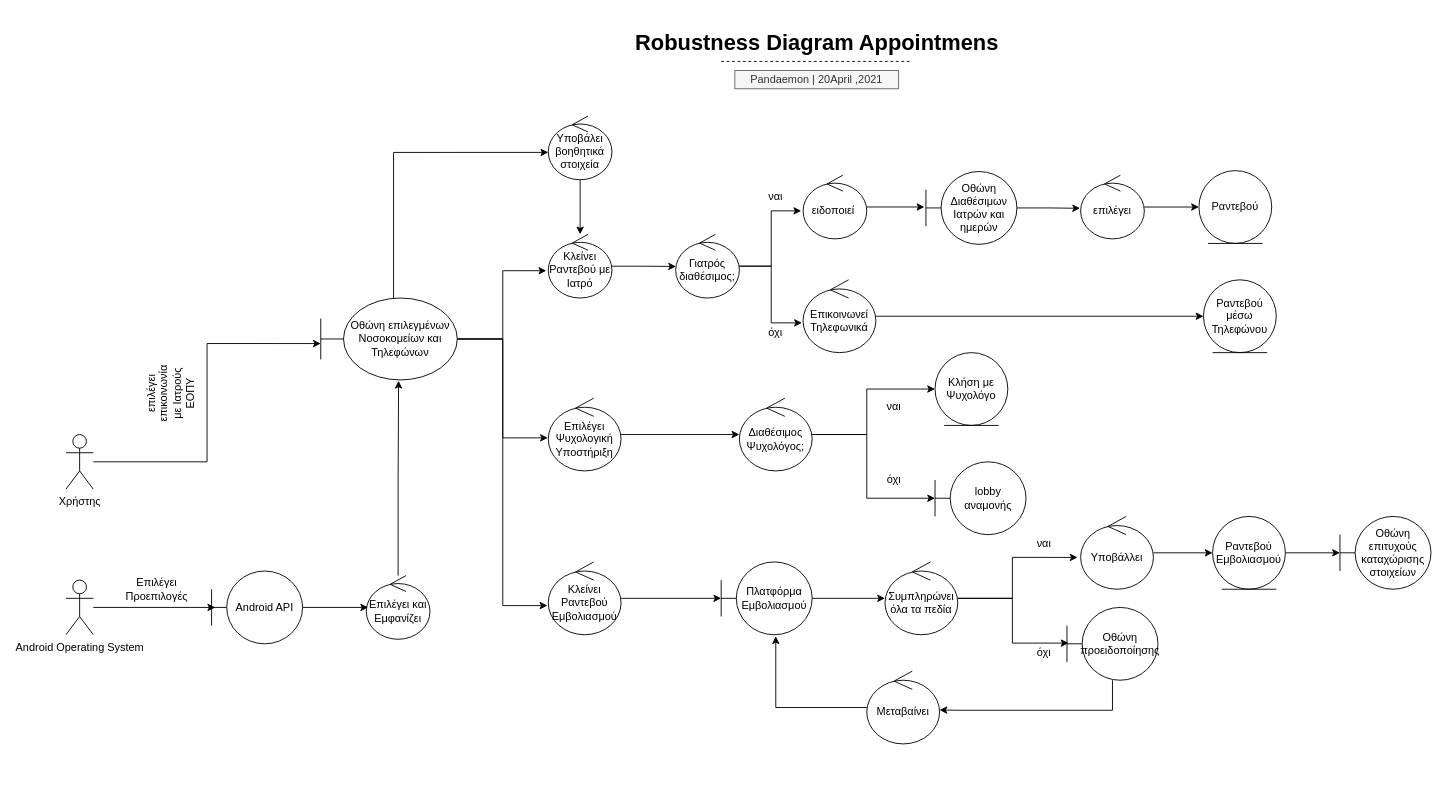
Mario-Sama/SoftEngProject2021 keeps this draw.io diagram as Documents/DrawioResources/3rd cycle/RobustnessAppointments.drawio. Above is the earlier version. Source tidied: cells renumbered, new cells numbered last; positions are measured from the earlier drawing's top-left corner, leaving out a move shared by most shapes. Both pictures are drawn from the tidied source at 91%, with x=0, y=0 at pixel (66, 25).
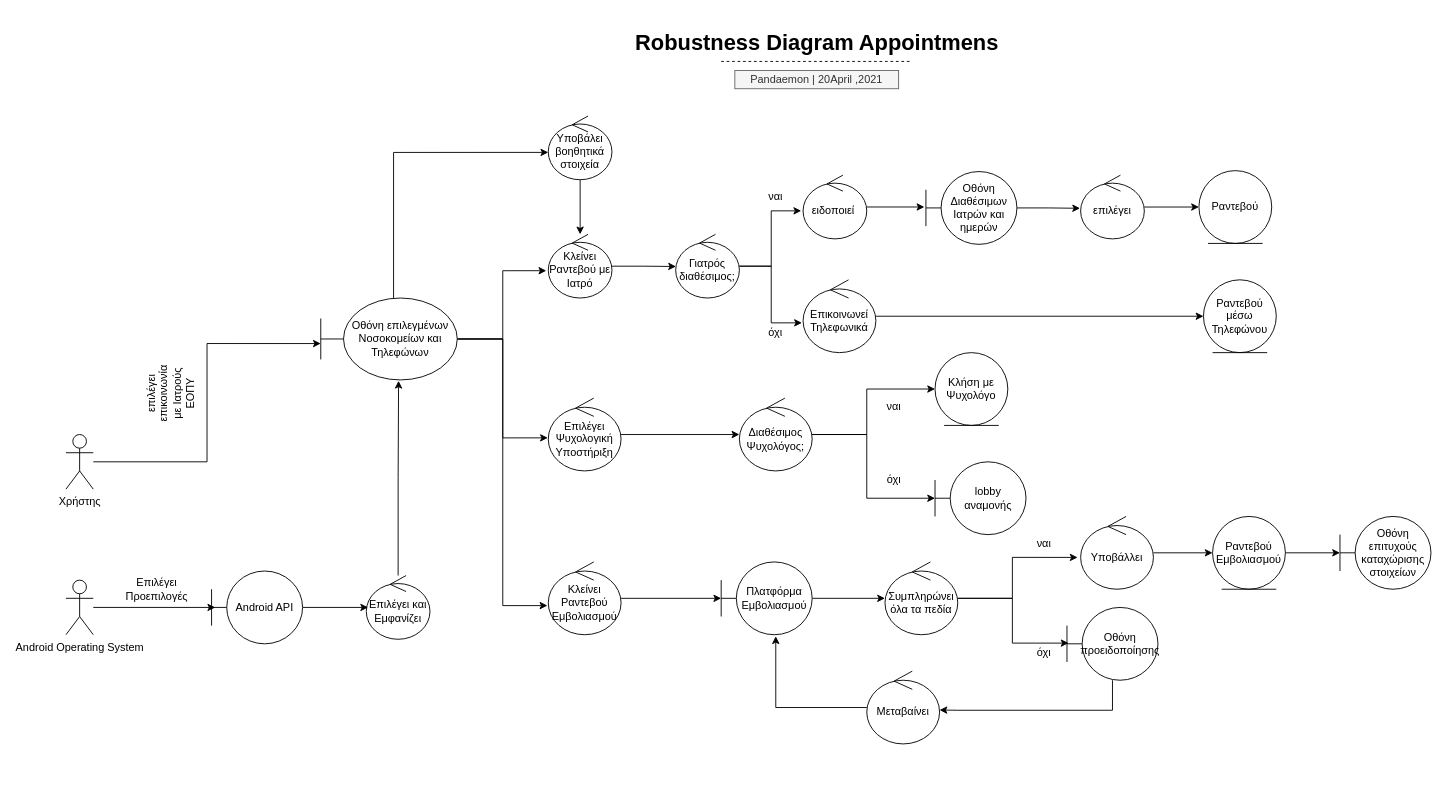
The same diagram, later.

Commit message (it also covers changes not shown here):
Updated Robustness/Pictures Marios +

Change to the diagram source:
```diff
@@
-    <mxCell id="10" value="Οθώνη επιλεγμένων Νοσοκομείων και Τηλεφώνων" style="shape=umlBoundary;whiteSpace=wrap;html=1;align=center;" parent="1" vertex="1">
+    <mxCell id="10" value="Οθόνη επιλεγμένων Νοσοκομείων και Τηλεφώνων" style="shape=umlBoundary;whiteSpace=wrap;html=1;align=center;" parent="1" vertex="1">
       <mxGeometry x="280" y="300" width="150" height="90" as="geometry" />
     </mxCell>
@@
-    <mxCell id="46" value="Οθώνη Διαθέσιμων Ιατρών και ημερών" style="shape=umlBoundary;whiteSpace=wrap;html=1;align=center;" parent="1" vertex="1">
+    <mxCell id="46" value="Οθόνη Διαθέσιμων Ιατρών και ημερών" style="shape=umlBoundary;whiteSpace=wrap;html=1;align=center;" parent="1" vertex="1">
       <mxGeometry x="945" y="161" width="100" height="80" as="geometry" />
     </mxCell>
@@
-    <mxCell id="60" value="Οθώνη προειδοποίησης" style="shape=umlBoundary;whiteSpace=wrap;html=1;align=center;" parent="1" vertex="1">
+    <mxCell id="60" value="Οθόνη προειδοποίησης" style="shape=umlBoundary;whiteSpace=wrap;html=1;align=center;" parent="1" vertex="1">
       <mxGeometry x="1100" y="640" width="100" height="80" as="geometry" />
     </mxCell>
@@
-    <mxCell id="66" value="Οθώνη επιτυχούς καταχώρισης στοιχείων" style="shape=umlBoundary;whiteSpace=wrap;html=1;align=center;" parent="1" vertex="1">
+    <mxCell id="66" value="Οθόνη επιτυχούς καταχώρισης στοιχείων" style="shape=umlBoundary;whiteSpace=wrap;html=1;align=center;" parent="1" vertex="1">
       <mxGeometry x="1400" y="540" width="100" height="80" as="geometry" />
     </mxCell>
```
